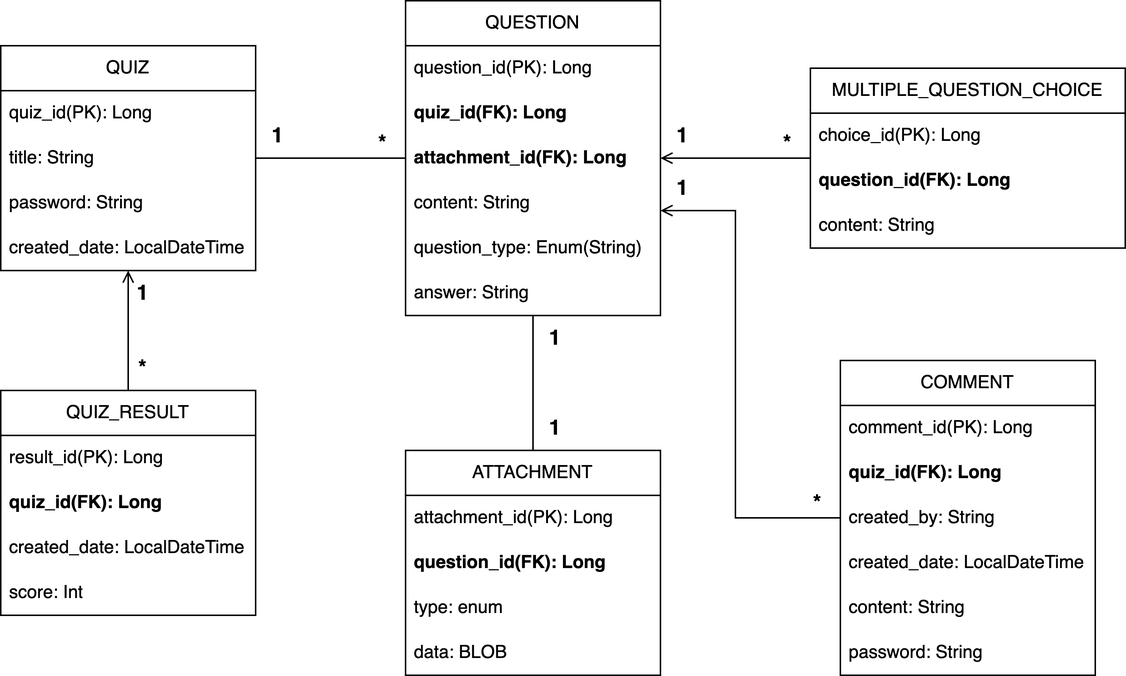
Before: readme-img/harpseal_domain_model.png, a diagram exported from draw.io (mynameisjaehoon/harpseal-backend). Source tidied: cells renumbered, new cells last; positions are measured from the earlier drawing's top-left corner, leaving out a move shared by most shapes.
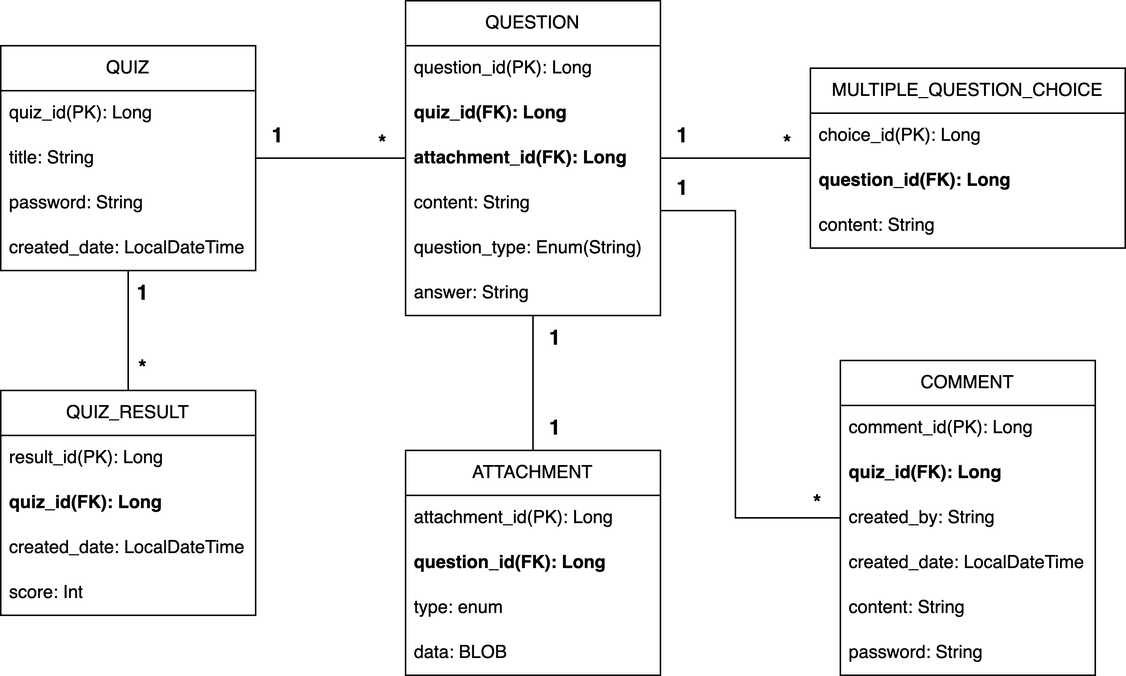
The same file after the commit.

What changed in the source:
```diff
@@ -59,7 +59,7 @@
     <mxCell id="20" value="content: String" style="text;strokeColor=none;fillColor=none;align=left;verticalAlign=middle;spacingLeft=4;spacingRight=4;overflow=hidden;whiteSpace=wrap;html=1;" parent="17" vertex="1">
       <mxGeometry y="90" width="210" height="30" as="geometry" />
     </mxCell>
-    <mxCell id="21" style="endArrow=none;html=1;rounded=0;endFill=0;startArrow=open;startFill=0;" parent="1" edge="1" target="17">
+    <mxCell id="21" style="endArrow=none;html=1;rounded=0;endFill=0;startArrow=none;startFill=0;" parent="1" edge="1" target="17">
       <mxGeometry relative="1" as="geometry">
         <mxPoint x="440" y="105" as="sourcePoint" />
       </mxGeometry>
@@ -115,7 +115,7 @@
     <mxCell id="38" value="password: String" style="text;strokeColor=none;fillColor=none;align=left;verticalAlign=middle;spacingLeft=4;spacingRight=4;overflow=hidden;whiteSpace=wrap;html=1;" parent="32" vertex="1">
       <mxGeometry y="180" width="170" height="30" as="geometry" />
     </mxCell>
-    <mxCell id="39" style="endArrow=none;html=1;rounded=0;endFill=0;startArrow=open;startFill=0;" parent="1" edge="1" target="32">
+    <mxCell id="39" style="endArrow=none;html=1;rounded=0;endFill=0;startArrow=none;startFill=0;" parent="1" edge="1" target="32">
       <mxGeometry relative="1" as="geometry">
         <mxPoint x="440" y="140" as="sourcePoint" />
         <Array as="points">
@@ -145,7 +145,7 @@
     <mxCell id="46" value="score: Int" style="text;strokeColor=none;fillColor=none;align=left;verticalAlign=middle;spacingLeft=4;spacingRight=4;overflow=hidden;whiteSpace=wrap;html=1;" parent="42" vertex="1">
       <mxGeometry y="120" width="170" height="30" as="geometry" />
     </mxCell>
-    <mxCell id="47" style="endArrow=none;html=1;rounded=0;endFill=0;startArrow=open;startFill=0;" parent="1" edge="1" source="2" target="42">
+    <mxCell id="47" style="endArrow=none;html=1;rounded=0;endFill=0;startArrow=none;startFill=0;" parent="1" edge="1" source="2" target="42">
       <mxGeometry relative="1" as="geometry" />
     </mxCell>
     <mxCell id="48" value="1" style="text;html=1;strokeColor=none;fillColor=none;align=center;verticalAlign=middle;whiteSpace=wrap;rounded=0;fontSize=14;fontStyle=1;" parent="1" vertex="1">
```
